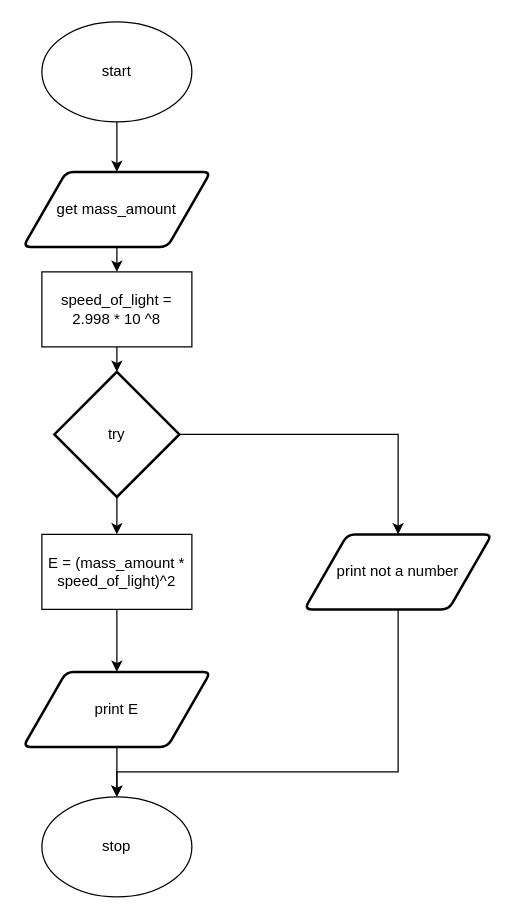
This is flow.drawio from devin-jhu/ics4u-unit1-05-typescript, a draw.io file, before an edit. Source tidied: cells renumbered, new cells numbered last; positions are measured from the earlier drawing's top-left corner, leaving out a move shared by most shapes. Both pictures are drawn from the tidied source at 125%, with x=0, y=0 at pixel (22, 21).
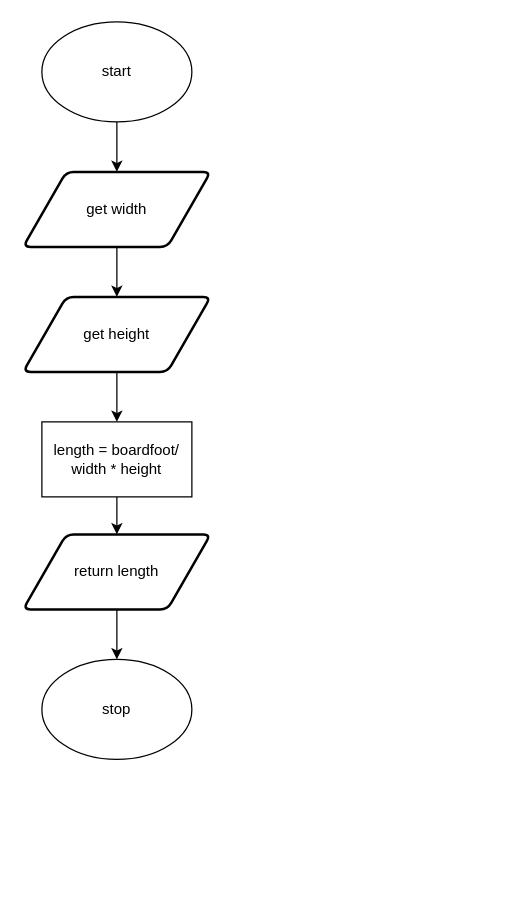
The same diagram, later.

Diff of the diagram source:
```diff
@@
     <mxCell id="4" value="stop" style="ellipse;whiteSpace=wrap;html=1;" parent="1" vertex="1">
-      <mxGeometry x="15" y="620" width="120" height="80" as="geometry" />
+      <mxGeometry x="15" y="510" width="120" height="80" as="geometry" />
     </mxCell>
-    <mxCell id="5" style="edgeStyle=none;html=1;exitX=0.5;exitY=1;exitDx=0;exitDy=0;" parent="1" edge="1" source="6" target="11">
-      <mxGeometry relative="1" as="geometry" />
-    </mxCell>
+    <mxCell id="18" style="edgeStyle=orthogonalEdgeStyle;shape=connector;rounded=0;html=1;exitX=0.5;exitY=1;exitDx=0;exitDy=0;entryX=0.5;entryY=0;entryDx=0;entryDy=0;labelBackgroundColor=default;fontFamily=Helvetica;fontSize=11;fontColor=default;endArrow=classic;strokeColor=default;" parent="1" edge="1" source="6" target="22">
+      <mxGeometry relative="1" as="geometry" />
+    </mxCell>
-    <mxCell id="6" value="get mass_amount" style="shape=parallelogram;html=1;strokeWidth=2;perimeter=parallelogramPerimeter;whiteSpace=wrap;rounded=1;arcSize=12;size=0.23;" parent="1" vertex="1">
+    <mxCell id="6" value="get width" style="shape=parallelogram;html=1;strokeWidth=2;perimeter=parallelogramPerimeter;whiteSpace=wrap;rounded=1;arcSize=12;size=0.23;" parent="1" vertex="1">
       <mxGeometry y="120" width="150" height="60" as="geometry" />
     </mxCell>
-    <mxCell id="7" style="edgeStyle=orthogonalEdgeStyle;html=1;exitX=1;exitY=0.5;exitDx=0;exitDy=0;exitPerimeter=0;entryX=0.5;entryY=0;entryDx=0;entryDy=0;rounded=0;" parent="1" edge="1" source="9" target="17">
-      <mxGeometry relative="1" as="geometry" />
-    </mxCell>
-    <mxCell id="8" style="edgeStyle=orthogonalEdgeStyle;shape=connector;rounded=0;html=1;exitX=0.5;exitY=1;exitDx=0;exitDy=0;exitPerimeter=0;entryX=0.5;entryY=0;entryDx=0;entryDy=0;labelBackgroundColor=default;fontFamily=Helvetica;fontSize=11;fontColor=default;endArrow=classic;strokeColor=default;" parent="1" edge="1" source="9" target="13">
-      <mxGeometry relative="1" as="geometry" />
-    </mxCell>
-    <mxCell id="9" value="try" style="strokeWidth=2;html=1;shape=mxgraph.flowchart.decision;whiteSpace=wrap;" parent="1" vertex="1">
-      <mxGeometry x="25" y="280" width="100" height="100" as="geometry" />
-    </mxCell>
-    <mxCell id="10" style="edgeStyle=none;html=1;exitX=0.5;exitY=1;exitDx=0;exitDy=0;entryX=0.5;entryY=0;entryDx=0;entryDy=0;entryPerimeter=0;" parent="1" edge="1" source="11" target="9">
-      <mxGeometry relative="1" as="geometry" />
-    </mxCell>
+    <mxCell id="19" style="edgeStyle=orthogonalEdgeStyle;shape=connector;rounded=0;html=1;exitX=0.5;exitY=1;exitDx=0;exitDy=0;entryX=0.5;entryY=0;entryDx=0;entryDy=0;labelBackgroundColor=default;fontFamily=Helvetica;fontSize=11;fontColor=default;endArrow=classic;strokeColor=default;" parent="1" edge="1" source="11" target="15">
+      <mxGeometry relative="1" as="geometry" />
+    </mxCell>
-    <mxCell id="11" value="speed_of_light = 2.998 * 10 ^8" style="rounded=0;whiteSpace=wrap;html=1;" parent="1" vertex="1">
-      <mxGeometry x="15" y="200" width="120" height="60" as="geometry" />
+    <mxCell id="11" value="length = boardfoot/ width * height" style="rounded=0;whiteSpace=wrap;html=1;" parent="1" vertex="1">
+      <mxGeometry x="15" y="320" width="120" height="60" as="geometry" />
     </mxCell>
-    <mxCell id="12" style="edgeStyle=orthogonalEdgeStyle;shape=connector;rounded=0;html=1;exitX=0.5;exitY=1;exitDx=0;exitDy=0;labelBackgroundColor=default;fontFamily=Helvetica;fontSize=11;fontColor=default;endArrow=classic;strokeColor=default;" parent="1" edge="1" source="13" target="15">
-      <mxGeometry relative="1" as="geometry" />
-    </mxCell>
-    <mxCell id="13" value="E = (mass_amount * speed_of_light)^2" style="rounded=0;whiteSpace=wrap;html=1;" parent="1" vertex="1">
-      <mxGeometry x="15" y="410" width="120" height="60" as="geometry" />
-    </mxCell>
-    <mxCell id="14" style="edgeStyle=orthogonalEdgeStyle;shape=connector;rounded=0;html=1;exitX=0.5;exitY=1;exitDx=0;exitDy=0;labelBackgroundColor=default;fontFamily=Helvetica;fontSize=11;fontColor=default;endArrow=classic;strokeColor=default;" parent="1" edge="1" source="15">
-      <mxGeometry relative="1" as="geometry">
-        <mxPoint x="75" y="620" as="targetPoint" />
-      </mxGeometry>
-    </mxCell>
+    <mxCell id="20" style="edgeStyle=orthogonalEdgeStyle;shape=connector;rounded=0;html=1;exitX=0.5;exitY=1;exitDx=0;exitDy=0;labelBackgroundColor=default;fontFamily=Helvetica;fontSize=11;fontColor=default;endArrow=classic;strokeColor=default;" parent="1" edge="1" source="15" target="4">
+      <mxGeometry relative="1" as="geometry" />
+    </mxCell>
-    <mxCell id="15" value="print E" style="shape=parallelogram;html=1;strokeWidth=2;perimeter=parallelogramPerimeter;whiteSpace=wrap;rounded=1;arcSize=12;size=0.23;" parent="1" vertex="1">
-      <mxGeometry y="520" width="150" height="60" as="geometry" />
+    <mxCell id="15" value="return length" style="shape=parallelogram;html=1;strokeWidth=2;perimeter=parallelogramPerimeter;whiteSpace=wrap;rounded=1;arcSize=12;size=0.23;" parent="1" vertex="1">
+      <mxGeometry y="410" width="150" height="60" as="geometry" />
     </mxCell>
-    <mxCell id="16" style="edgeStyle=orthogonalEdgeStyle;shape=connector;rounded=0;html=1;exitX=0.5;exitY=1;exitDx=0;exitDy=0;labelBackgroundColor=default;fontFamily=Helvetica;fontSize=11;fontColor=default;endArrow=classic;strokeColor=default;" parent="1" edge="1" source="17" target="4">
-      <mxGeometry relative="1" as="geometry">
-        <Array as="points">
-          <mxPoint x="300" y="600" />
-          <mxPoint x="75" y="600" />
-        </Array>
-      </mxGeometry>
-    </mxCell>
-    <mxCell id="17" value="print not a number" style="shape=parallelogram;html=1;strokeWidth=2;perimeter=parallelogramPerimeter;whiteSpace=wrap;rounded=1;arcSize=12;size=0.23;" parent="1" vertex="1">
-      <mxGeometry x="225" y="410" width="150" height="60" as="geometry" />
-    </mxCell>
+    <mxCell id="21" style="edgeStyle=orthogonalEdgeStyle;shape=connector;rounded=0;html=1;exitX=0.5;exitY=1;exitDx=0;exitDy=0;entryX=0.5;entryY=0;entryDx=0;entryDy=0;labelBackgroundColor=default;fontFamily=Helvetica;fontSize=11;fontColor=default;endArrow=classic;strokeColor=default;" parent="1" edge="1" source="22" target="11">
+      <mxGeometry relative="1" as="geometry" />
+    </mxCell>
+    <mxCell id="22" value="get height" style="shape=parallelogram;html=1;strokeWidth=2;perimeter=parallelogramPerimeter;whiteSpace=wrap;rounded=1;arcSize=12;size=0.23;" parent="1" vertex="1">
+      <mxGeometry y="220" width="150" height="60" as="geometry" />
+    </mxCell>
```
